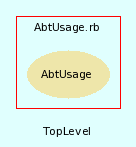
Earlier version of the Graphviz export src/trunk/doc/dot/f_8.png (eschabell/abtlinux). Its source is kept beside it as src/trunk/doc/dot/f_8.dot.
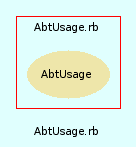
After the commit.

The edit, as a diff of the source:
```diff
@@ -3,7 +3,7 @@
     bgcolor = lightcyan1
     fontname = Arial
     fontsize = 8
-    label = "TopLevel"
+    label = "AbtUsage.rb"
     node [
         fontname = Arial,
         fontsize = 8,
```
